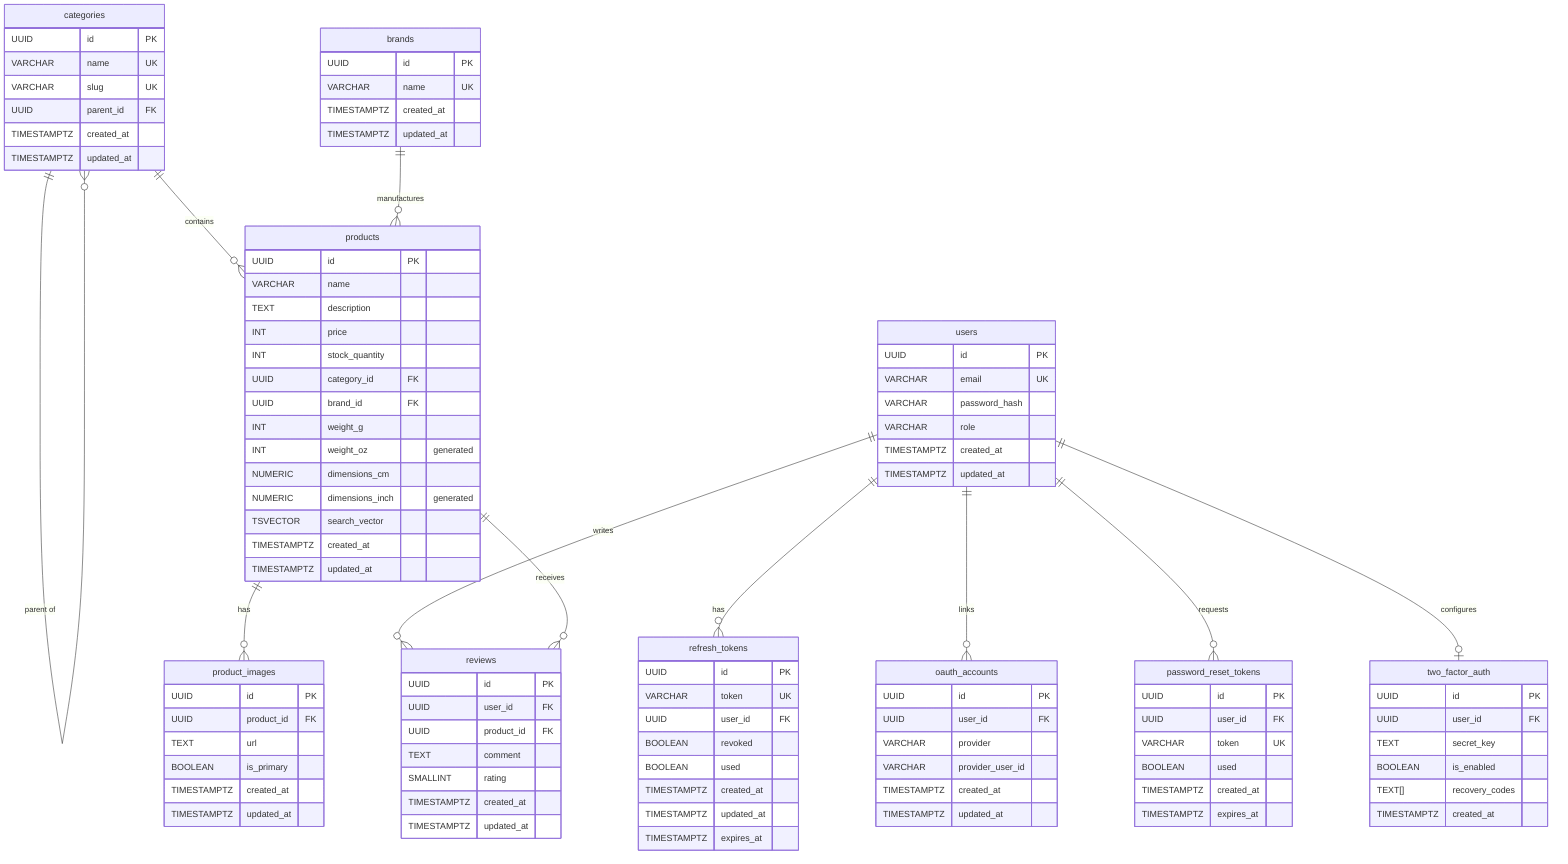
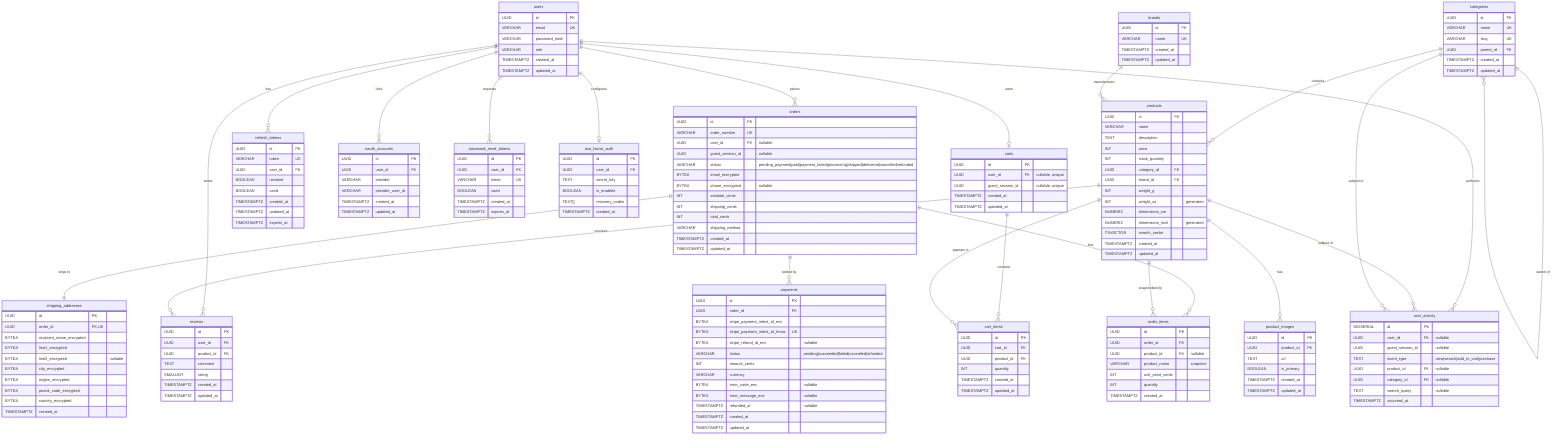
erDiagram
    users {
        UUID id PK
        VARCHAR email UK
        VARCHAR password_hash
        VARCHAR role
        TIMESTAMPTZ created_at
        TIMESTAMPTZ updated_at
    }

    categories {
        UUID id PK
        VARCHAR name UK
        VARCHAR slug UK
        UUID parent_id FK
        TIMESTAMPTZ created_at
        TIMESTAMPTZ updated_at
    }

    brands {
        UUID id PK
        VARCHAR name UK
        TIMESTAMPTZ created_at
        TIMESTAMPTZ updated_at
    }

    products {
        UUID id PK
        VARCHAR name
        TEXT description
        INT price
        INT stock_quantity
        UUID category_id FK
        UUID brand_id FK
        INT weight_g
        INT weight_oz "generated"
        NUMERIC dimensions_cm
        NUMERIC dimensions_inch "generated"
        TSVECTOR search_vector
        TIMESTAMPTZ created_at
        TIMESTAMPTZ updated_at
    }

    product_images {
        UUID id PK
        UUID product_id FK
        TEXT url
        BOOLEAN is_primary
        TIMESTAMPTZ created_at
        TIMESTAMPTZ updated_at
    }

    reviews {
        UUID id PK
        UUID user_id FK
        UUID product_id FK
        TEXT comment
        SMALLINT rating
        TIMESTAMPTZ created_at
        TIMESTAMPTZ updated_at
    }

    refresh_tokens {
        UUID id PK
        VARCHAR token UK
        UUID user_id FK
        BOOLEAN revoked
        BOOLEAN used
        TIMESTAMPTZ created_at
        TIMESTAMPTZ updated_at
        TIMESTAMPTZ expires_at
    }

    oauth_accounts {
        UUID id PK
        UUID user_id FK
        VARCHAR provider
        VARCHAR provider_user_id
        TIMESTAMPTZ created_at
        TIMESTAMPTZ updated_at
    }

    password_reset_tokens {
        UUID id PK
        UUID user_id FK
        VARCHAR token UK
        BOOLEAN used
        TIMESTAMPTZ created_at
        TIMESTAMPTZ expires_at
    }

    two_factor_auth {
        UUID id PK
        UUID user_id FK
        TEXT secret_key
        BOOLEAN is_enabled
        TEXT[] recovery_codes
        TIMESTAMPTZ created_at
    }

+     carts {
+         UUID id PK
+         UUID user_id FK "nullable, unique"
+         UUID guest_session_id "nullable, unique"
+         TIMESTAMPTZ created_at
+         TIMESTAMPTZ updated_at
+     }
+ 
+     cart_items {
+         UUID id PK
+         UUID cart_id FK
+         UUID product_id FK
+         INT quantity
+         TIMESTAMPTZ created_at
+         TIMESTAMPTZ updated_at
+     }
+ 
+     orders {
+         UUID id PK
+         VARCHAR order_number UK
+         UUID user_id FK "nullable"
+         UUID guest_session_id "nullable"
+         VARCHAR status "pending_payment|paid|payment_failed|processing|shipped|delivered|cancelled|refunded"
+         BYTEA email_encrypted
+         BYTEA phone_encrypted "nullable"
+         INT subtotal_cents
+         INT shipping_cents
+         INT total_cents
+         VARCHAR shipping_method
+         TIMESTAMPTZ created_at
+         TIMESTAMPTZ updated_at
+     }
+ 
+     order_items {
+         UUID id PK
+         UUID order_id FK
+         UUID product_id FK "nullable"
+         VARCHAR product_name "snapshot"
+         INT unit_price_cents
+         INT quantity
+         TIMESTAMPTZ created_at
+     }
+ 
+     shipping_addresses {
+         UUID id PK
+         UUID order_id FK,UK
+         BYTEA recipient_name_encrypted
+         BYTEA line1_encrypted
+         BYTEA line2_encrypted "nullable"
+         BYTEA city_encrypted
+         BYTEA region_encrypted
+         BYTEA postal_code_encrypted
+         BYTEA country_encrypted
+         TIMESTAMPTZ created_at
+     }
+ 
+     payments {
+         UUID id PK
+         UUID order_id FK
+         BYTEA stripe_payment_intent_id_enc
+         BYTEA stripe_payment_intent_id_hmac UK
+         BYTEA stripe_refund_id_enc "nullable"
+         VARCHAR status "pending|succeeded|failed|cancelled|refunded"
+         INT amount_cents
+         VARCHAR currency
+         BYTEA error_code_enc "nullable"
+         BYTEA error_message_enc "nullable"
+         TIMESTAMPTZ refunded_at "nullable"
+         TIMESTAMPTZ created_at
+         TIMESTAMPTZ updated_at
+     }
+ 
+     user_activity {
+         BIGSERIAL id PK
+         UUID user_id FK "nullable"
+         UUID guest_session_id "nullable"
+         TEXT event_type "view|search|add_to_cart|purchase"
+         UUID product_id FK "nullable"
+         UUID category_id FK "nullable"
+         TEXT search_query "nullable"
+         TIMESTAMPTZ occurred_at
+     }
+ 
    users ||--o{ refresh_tokens : "has"
    users ||--o{ oauth_accounts : "links"
    users ||--o{ password_reset_tokens : "requests"
    users ||--o| two_factor_auth : "configures"
    users ||--o{ reviews : "writes"

    categories ||--o{ categories : "parent of"
    categories ||--o{ products : "contains"
    brands ||--o{ products : "manufactures"

    products ||--o{ product_images : "has"
    products ||--o{ reviews : "receives"
+ 
+     users ||--o| carts : "owns"
+     users ||--o{ orders : "places"
+     carts ||--o{ cart_items : "contains"
+     products ||--o{ cart_items : "appears in"
+     orders ||--o{ order_items : "lists"
+     products ||--o{ order_items : "snapshotted by"
+     orders ||--|| shipping_addresses : "ships to"
+     orders ||--o{ payments : "settled by"
+     users ||--o{ user_activity : "performs"
+     products ||--o{ user_activity : "subject of"
+     categories ||--o{ user_activity : "subject of"
